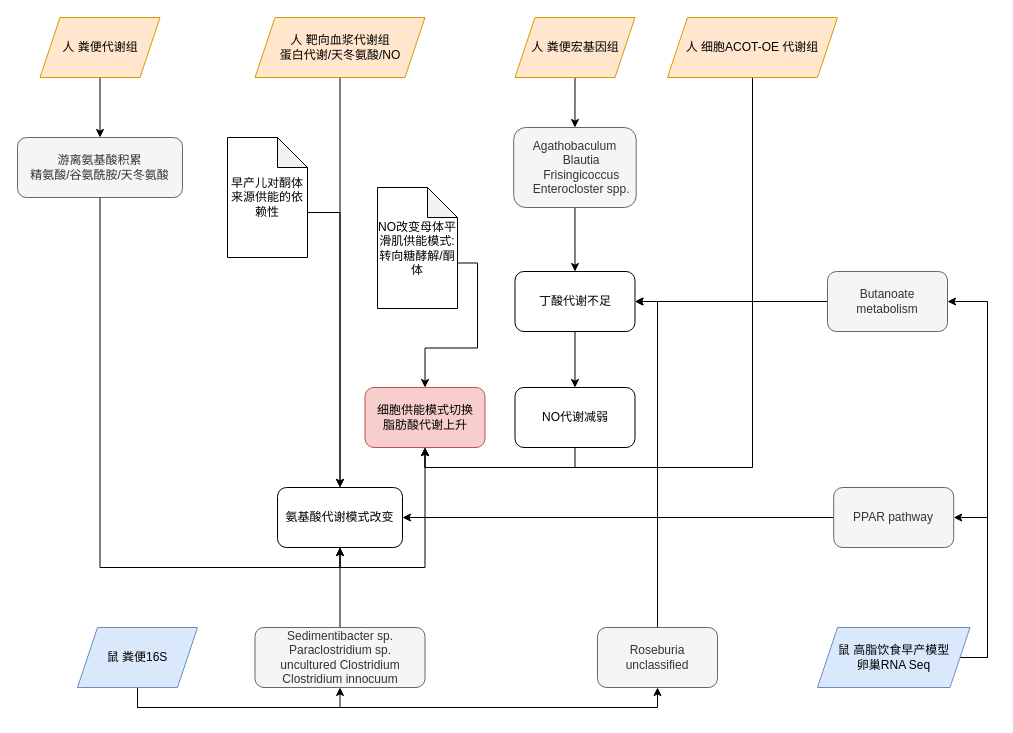
The draw.io diagram proj-prebirth.drawio in artefaritaKuniklo/draw.io-graph, before the edit. Source tidied: cells renumbered, new cells numbered last; positions are measured from the earlier drawing's top-left corner, leaving out a move shared by most shapes. Both pictures are drawn from the tidied source at 100%, with x=0, y=0 at pixel (17, 17).
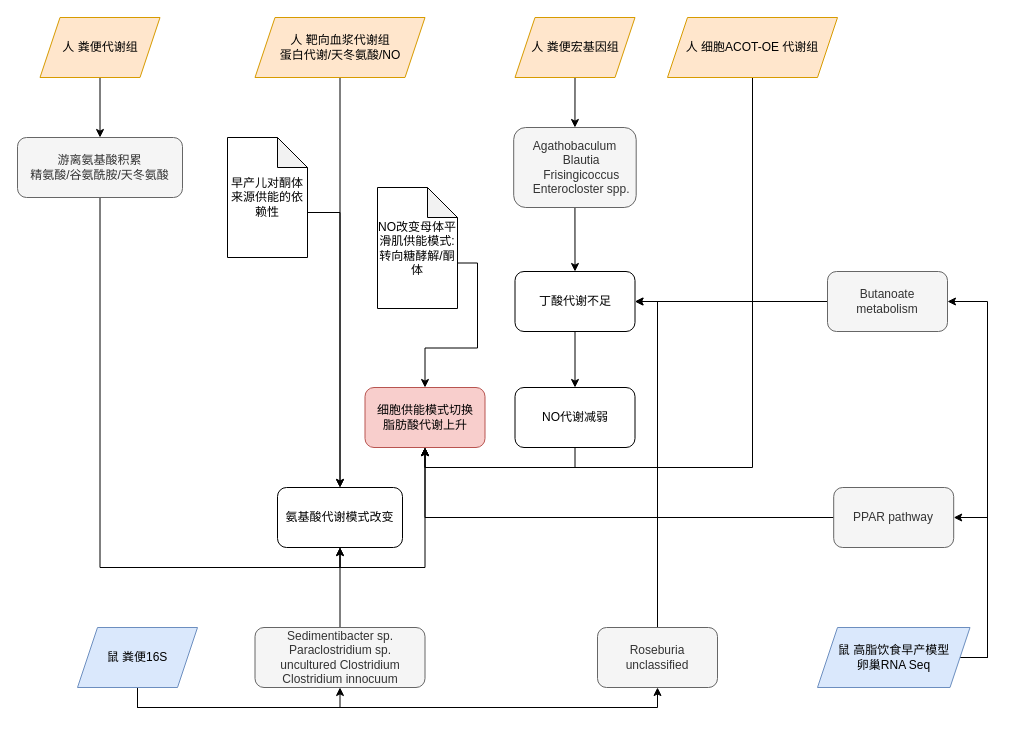
The same page after the edit.

The change refers to these unchanged cells:
```xml
<mxCell id="13" value="氨基酸代谢模式改变" style="rounded=1;whiteSpace=wrap;html=1;" parent="1" vertex="1">
  <mxGeometry x="260" y="470" width="125" height="60" as="geometry" />
</mxCell>
<mxCell id="18" value="细胞供能模式切换&lt;br&gt;脂肪酸代谢上升" style="rounded=1;whiteSpace=wrap;html=1;fillColor=#f8cecc;strokeColor=#b85450;" parent="1" vertex="1">
  <mxGeometry x="347.5" y="370" width="120" height="60" as="geometry" />
</mxCell>
<mxCell id="36" value="PPAR pathway" style="rounded=1;whiteSpace=wrap;html=1;fillColor=#f5f5f5;fontColor=#333333;strokeColor=#666666;" parent="1" vertex="1">
  <mxGeometry x="816.2" y="470" width="120" height="60" as="geometry" />
</mxCell>
```

Change to the diagram source:
```diff
@@
-    <mxCell id="35" style="edgeStyle=orthogonalEdgeStyle;rounded=0;jettySize=auto;html=1;exitX=0;exitY=0.5;exitDx=0;exitDy=0;entryX=1;entryY=0.5;entryDx=0;entryDy=0;" parent="1" edge="1" source="36" target="13">
-      <mxGeometry relative="1" as="geometry" />
-    </mxCell>
+    <mxCell id="39" style="edgeStyle=orthogonalEdgeStyle;rounded=0;jettySize=auto;html=1;exitX=0;exitY=0.5;exitDx=0;exitDy=0;entryX=0.5;entryY=1;entryDx=0;entryDy=0;" parent="1" edge="1" source="36" target="18">
+      <mxGeometry relative="1" as="geometry" />
+    </mxCell>
```
